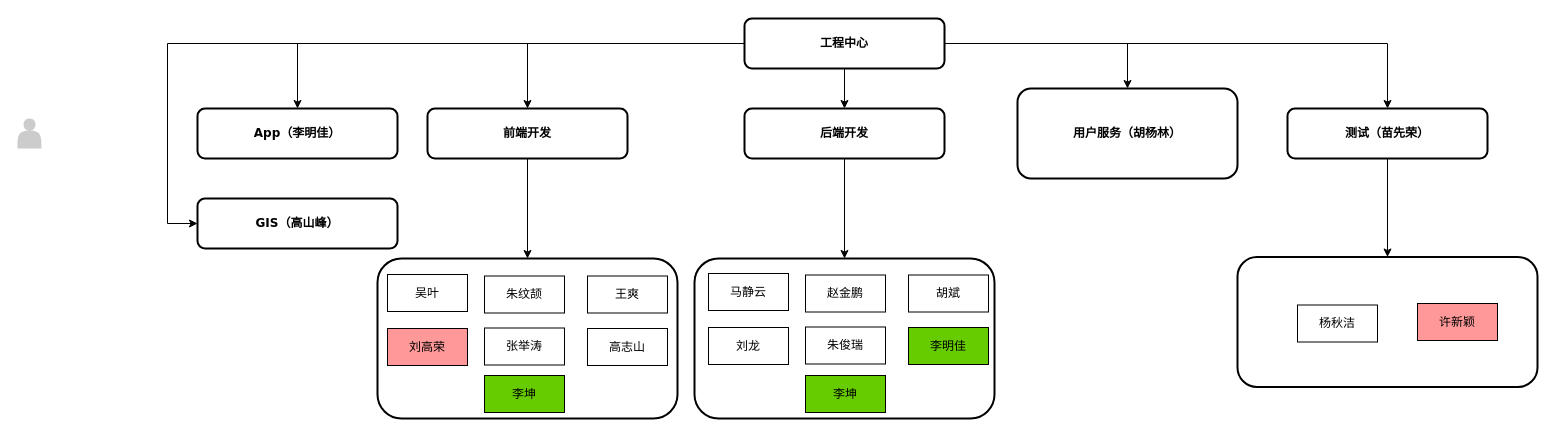
jackyliu/design keeps this draw.io diagram as page "Page-1" (1 of 2) of doc/未命名绘图.drawio. Above is the earlier version. Source tidied: cells renumbered, new cells numbered last; positions are measured from the earlier drawing's top-left corner, leaving out a move shared by most shapes. Both pictures are drawn from the tidied source at 100%, with x=0, y=0 at pixel (17, 18).
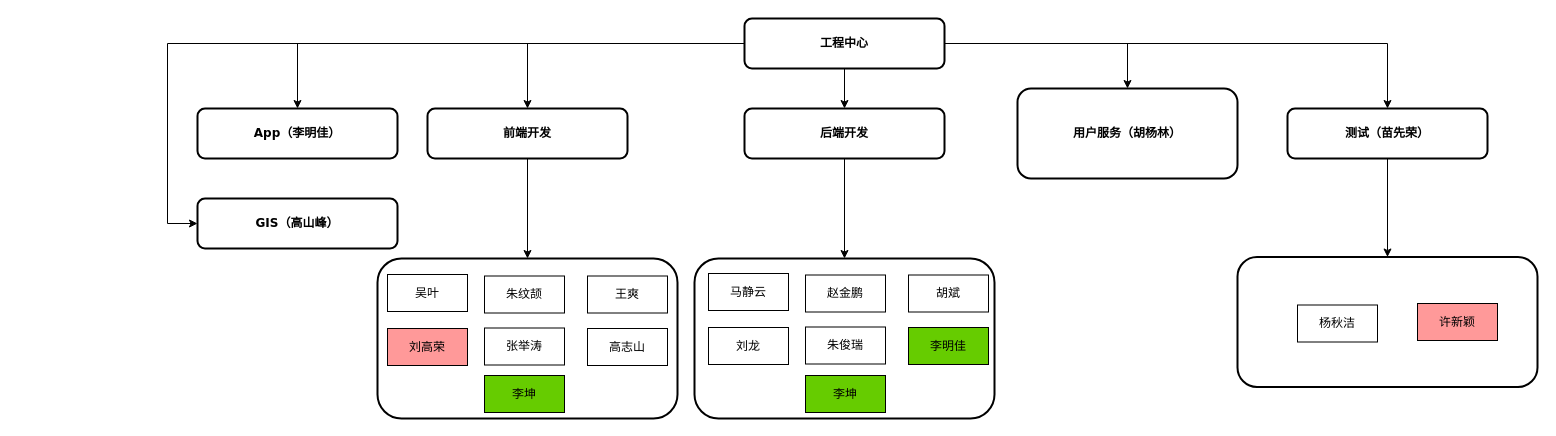
Above is the later version.

Commit message (it also covers changes not shown here):
更新未命名绘图.drawio

Diff of the diagram source:
```diff
@@
-    <mxCell id="37" style="shape=actor;whiteSpace=wrap;html=1;rounded=0;shadow=0;comic=0;strokeWidth=1;fillColor=#CCCCCC;fontFamily=Verdana;align=center;strokeColor=none;fontSize=12;fontStyle=1;" parent="1" vertex="1">
-      <mxGeometry y="100" width="24" height="30" as="geometry" />
-    </mxCell>
```
